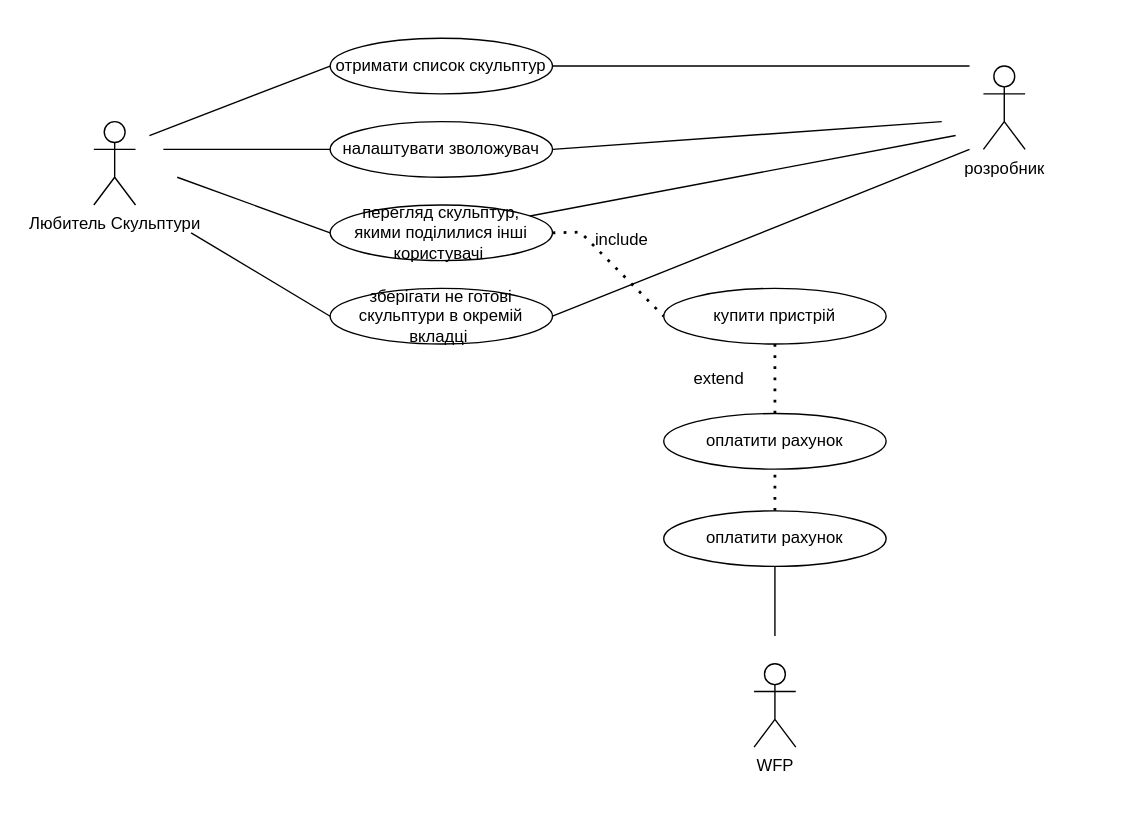
The draw.io diagram 1-SoftwareRequirements/1.3-SoftwareUserRequirements/1.3.3-UseCaseDiagram/diagram.drawio in oleksandrblazhko/ai201-malofeev, before the edit. Source tidied: cells renumbered, new cells numbered last; positions are measured from the earlier drawing's top-left corner, leaving out a move shared by most shapes. Both pictures are drawn from the tidied source at 139%, with x=0, y=0 at pixel (93, 38).
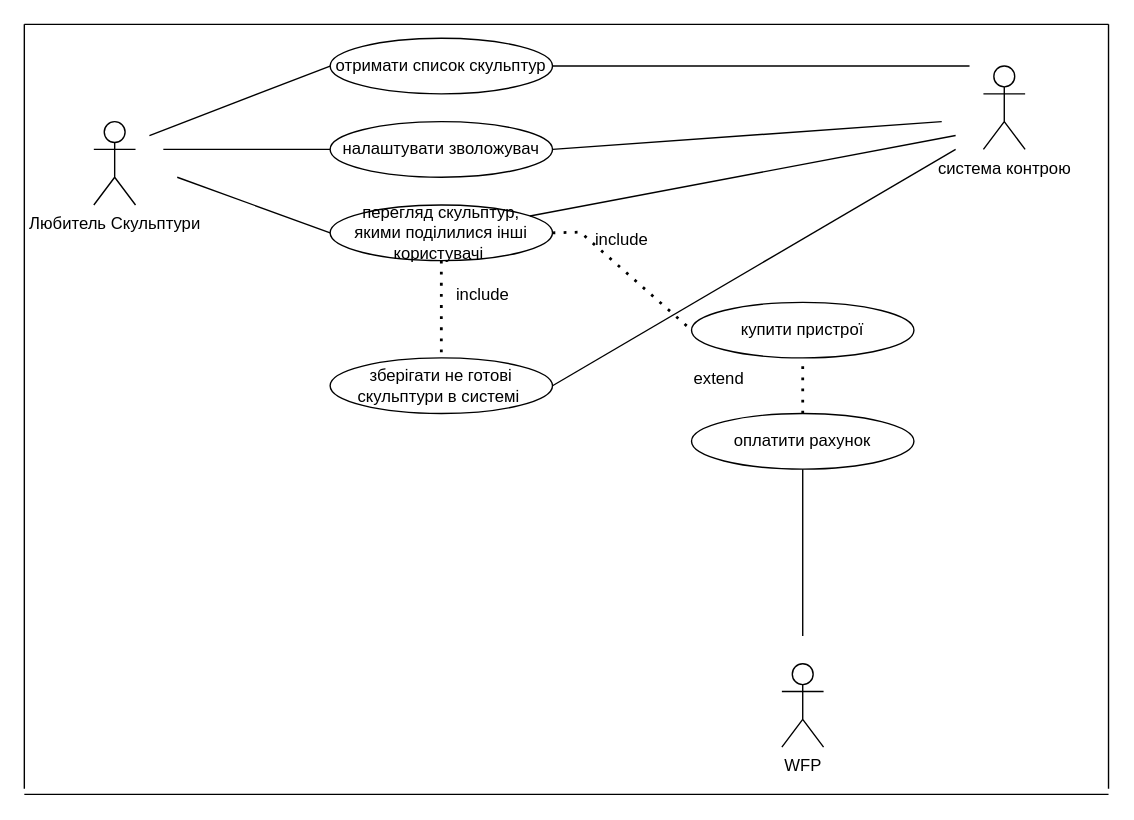
The same diagram, later.

Unchanged cells that the change refers to:
```xml
<mxCell id="5" value="перегляд скульптур, &lt;br&gt;якими поділилися інші користувачі&amp;nbsp;" style="ellipse;whiteSpace=wrap;html=1;" parent="1" vertex="1">
  <mxGeometry x="170" y="120" width="160" height="40" as="geometry" />
</mxCell>
```

Change to the diagram source:
```diff
@@
-    <mxCell id="6" value="зберігати не готові скульптури в окремій вкладці&amp;nbsp;" style="ellipse;whiteSpace=wrap;html=1;" parent="1" vertex="1">
-      <mxGeometry x="170" y="180" width="160" height="40" as="geometry" />
+    <mxCell id="6" value="зберігати не готові скульптури в системі&amp;nbsp;" style="ellipse;whiteSpace=wrap;html=1;" parent="1" vertex="1">
+      <mxGeometry x="170" y="230" width="160" height="40" as="geometry" />
     </mxCell>
@@
-    <mxCell id="10" style="endArrow=none;html=1;rounded=0;entryX=0;entryY=0.5;entryDx=0;entryDy=0;" parent="1" edge="1" target="6">
-      <mxGeometry relative="1" as="geometry">
-        <mxPoint x="70" y="140" as="sourcePoint" />
-      </mxGeometry>
-    </mxCell>
-    <mxCell id="11" value="купити пристрій" style="ellipse;whiteSpace=wrap;html=1;" parent="1" vertex="1">
-      <mxGeometry x="410" y="180" width="160" height="40" as="geometry" />
+    <mxCell id="11" value="купити пристрої" style="ellipse;whiteSpace=wrap;html=1;" parent="1" vertex="1">
+      <mxGeometry x="430" y="190" width="160" height="40" as="geometry" />
     </mxCell>
@@
     <mxCell id="14" value="оплатити рахунок" style="ellipse;whiteSpace=wrap;html=1;" parent="1" vertex="1">
-      <mxGeometry x="410" y="270" width="160" height="40" as="geometry" />
+      <mxGeometry x="430" y="270" width="160" height="40" as="geometry" />
     </mxCell>
@@
-    <mxCell id="17" value="оплатити рахунок" style="ellipse;whiteSpace=wrap;html=1;" parent="1" vertex="1">
-      <mxGeometry x="410" y="340" width="160" height="40" as="geometry" />
-    </mxCell>
-    <mxCell id="18" style="endArrow=none;dashed=1;html=1;dashPattern=1 3;strokeWidth=2;rounded=0;entryX=0.5;entryY=1;entryDx=0;entryDy=0;exitX=0.5;exitY=0;exitDx=0;exitDy=0;" parent="1" edge="1" source="17" target="14">
-      <mxGeometry relative="1" as="geometry" />
-    </mxCell>
     <mxCell id="19" value="WFP" style="shape=umlActor;verticalLabelPosition=bottom;verticalAlign=top;html=1;" parent="1" vertex="1">
-      <mxGeometry x="475" y="450" width="30" height="60" as="geometry" />
+      <mxGeometry x="495" y="450" width="30" height="60" as="geometry" />
     </mxCell>
-    <mxCell id="20" style="endArrow=none;html=1;rounded=0;entryX=0.5;entryY=1;entryDx=0;entryDy=0;" parent="1" edge="1" target="17">
+    <mxCell id="20" style="endArrow=none;html=1;rounded=0;entryX=0.5;entryY=1;entryDx=0;entryDy=0;" parent="1" edge="1" target="14">
       <mxGeometry relative="1" as="geometry">
-        <mxPoint x="490" y="430" as="sourcePoint" />
+        <mxPoint x="510" y="430" as="sourcePoint" />
       </mxGeometry>
     </mxCell>
-    <mxCell id="21" value="розробник&lt;br&gt;" style="shape=umlActor;verticalLabelPosition=bottom;verticalAlign=top;html=1;" parent="1" vertex="1">
+    <mxCell id="21" value="система контрою" style="shape=umlActor;verticalLabelPosition=bottom;verticalAlign=top;html=1;" parent="1" vertex="1">
       <mxGeometry x="640" y="20" width="30" height="60" as="geometry" />
     </mxCell>
@@
     <mxCell id="25" style="endArrow=none;html=1;rounded=0;entryX=1;entryY=0.5;entryDx=0;entryDy=0;" parent="1" edge="1" target="6">
       <mxGeometry relative="1" as="geometry">
-        <mxPoint x="630" y="80" as="sourcePoint" />
+        <mxPoint x="620" y="80" as="sourcePoint" />
       </mxGeometry>
     </mxCell>
+    <mxCell id="26" style="endArrow=none;html=1;rounded=0;" parent="1" edge="1">
+      <mxGeometry relative="1" as="geometry">
+        <mxPoint x="-50" y="540" as="sourcePoint" />
+        <mxPoint x="-50" y="-10" as="targetPoint" />
+      </mxGeometry>
+    </mxCell>
+    <mxCell id="27" style="endArrow=none;html=1;rounded=0;" parent="1" edge="1">
+      <mxGeometry relative="1" as="geometry">
+        <mxPoint x="730" y="-10" as="sourcePoint" />
+        <mxPoint x="-50" y="-10" as="targetPoint" />
+      </mxGeometry>
+    </mxCell>
+    <mxCell id="28" style="endArrow=none;html=1;rounded=0;" parent="1" edge="1">
+      <mxGeometry relative="1" as="geometry">
+        <mxPoint x="730" y="544" as="sourcePoint" />
+        <mxPoint x="-50" y="544" as="targetPoint" />
+      </mxGeometry>
+    </mxCell>
+    <mxCell id="29" style="endArrow=none;html=1;rounded=0;" parent="1" edge="1">
+      <mxGeometry relative="1" as="geometry">
+        <mxPoint x="730" y="540" as="sourcePoint" />
+        <mxPoint x="730" y="-10" as="targetPoint" />
+      </mxGeometry>
+    </mxCell>
+    <mxCell id="30" style="endArrow=none;dashed=1;html=1;dashPattern=1 3;strokeWidth=2;rounded=0;entryX=0.5;entryY=0;entryDx=0;entryDy=0;exitX=0.5;exitY=1;exitDx=0;exitDy=0;" parent="1" edge="1" source="5" target="6">
+      <mxGeometry relative="1" as="geometry" />
+    </mxCell>
+    <mxCell id="31" value="include" style="text;html=1;strokeColor=none;fillColor=none;align=center;verticalAlign=middle;whiteSpace=wrap;rounded=0;" parent="1" vertex="1">
+      <mxGeometry x="250" y="170" width="60" height="30" as="geometry" />
+    </mxCell>
```
